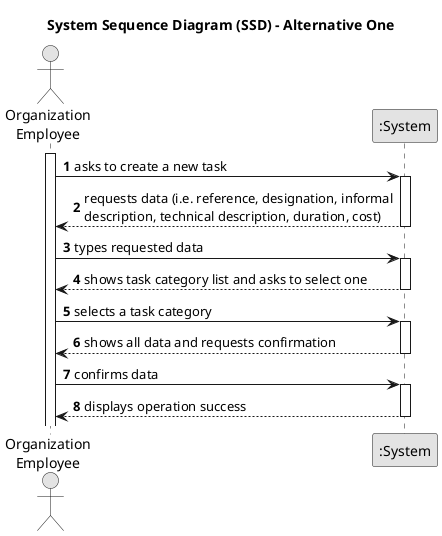
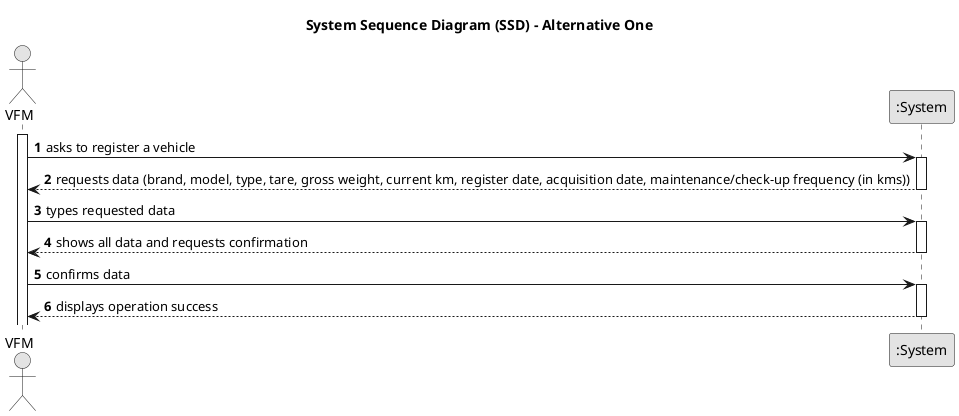
@startuml
skinparam monochrome true
skinparam packageStyle rectangle
skinparam shadowing false

title System Sequence Diagram (SSD) - Alternative One

autonumber

- actor "Organization\nEmployee" as Employee
+ actor "VFM" as VFM
participant ":System" as System

- activate Employee
+ activate VFM

-     Employee -> System : asks to create a new task
+     VFM -> System : asks to register a vehicle
    activate System

-         System --> Employee : requests data (i.e. reference, designation, informal\ndescription, technical description, duration, cost)
+         System --> VFM : requests data (brand, model, type, tare, gross weight, current km, register date, acquisition date, maintenance/check-up frequency (in kms))
    deactivate System

-     Employee -> System : types requested data
+     VFM -> System : types requested data
    activate System

-         System --> Employee : shows task category list and asks to select one
+         System --> VFM : shows all data and requests confirmation
    deactivate System

-     Employee -> System : selects a task category
+     VFM -> System : confirms data
    activate System

-         System --> Employee : shows all data and requests confirmation
-     deactivate System
- 
-     Employee -> System : confirms data
-     activate System
- 
-         System --> Employee : displays operation success
+         System --> VFM : displays operation success
    deactivate System

@enduml